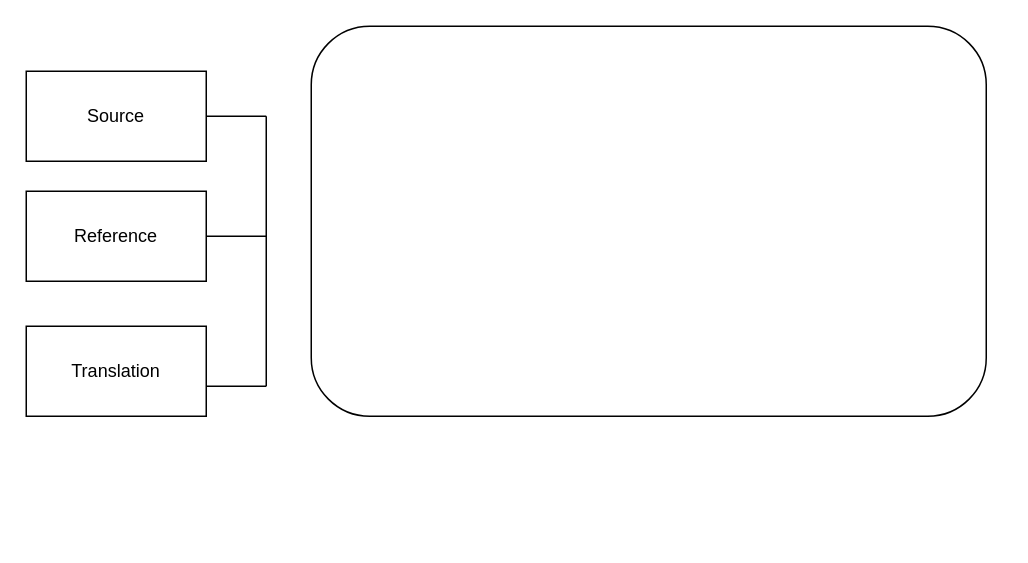
Above: mt eval.drawio in babangain/drawio (draw.io), before the change. Source tidied: cells renumbered, new cells numbered last; positions are measured from the earlier drawing's top-left corner, leaving out a move shared by most shapes. Both pictures are drawn from the tidied source at 150%, with x=0, y=0 at pixel (26, 26).
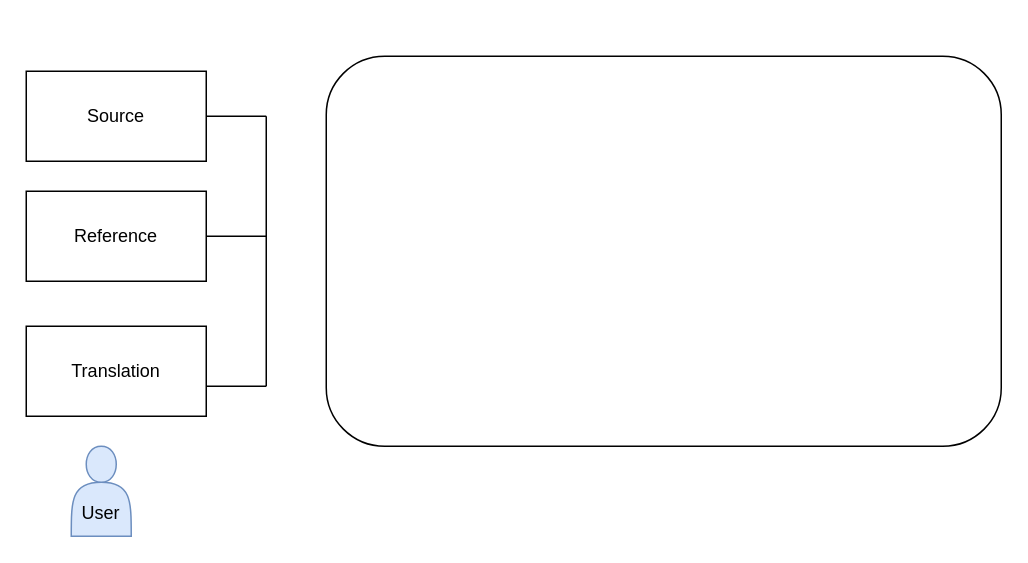
After the change.

The edit, as a diff of the source:
```diff
@@
 <mxGraphModel>
   <root>
     <mxCell id="0" />
     <mxCell id="1" parent="0" />
     <mxCell id="2" style="rounded=1;whiteSpace=wrap;html=1;" parent="1" vertex="1">
-      <mxGeometry x="190" width="450" height="260" as="geometry" />
+      <mxGeometry x="200" y="20" width="450" height="260" as="geometry" />
     </mxCell>
     <mxCell id="3" value="Source" style="rounded=0;whiteSpace=wrap;html=1;" parent="1" vertex="1">
       <mxGeometry y="30" width="120" height="60" as="geometry" />
     </mxCell>
     <mxCell id="4" value="Reference" style="rounded=0;whiteSpace=wrap;html=1;" parent="1" vertex="1">
       <mxGeometry y="110" width="120" height="60" as="geometry" />
     </mxCell>
     <mxCell id="5" value="Translation" style="rounded=0;whiteSpace=wrap;html=1;" parent="1" vertex="1">
       <mxGeometry y="200" width="120" height="60" as="geometry" />
     </mxCell>
     <mxCell id="6" style="endArrow=none;html=1;rounded=0;" parent="1" edge="1">
       <mxGeometry relative="1" as="geometry">
         <mxPoint x="160" y="240" as="sourcePoint" />
         <mxPoint x="160" y="60" as="targetPoint" />
       </mxGeometry>
     </mxCell>
     <mxCell id="7" style="endArrow=none;html=1;rounded=0;entryX=1;entryY=0.5;entryDx=0;entryDy=0;" parent="1" edge="1" target="3">
       <mxGeometry relative="1" as="geometry">
         <mxPoint x="160" y="60" as="sourcePoint" />
       </mxGeometry>
     </mxCell>
     <mxCell id="8" style="endArrow=none;html=1;rounded=0;entryX=1;entryY=0.5;entryDx=0;entryDy=0;" parent="1" edge="1" target="4">
       <mxGeometry relative="1" as="geometry">
         <mxPoint x="160" y="140" as="sourcePoint" />
       </mxGeometry>
     </mxCell>
     <mxCell id="9" style="endArrow=none;html=1;rounded=0;" parent="1" edge="1">
       <mxGeometry relative="1" as="geometry">
         <mxPoint x="120" y="240" as="sourcePoint" />
         <mxPoint x="160" y="240" as="targetPoint" />
       </mxGeometry>
     </mxCell>
+    <mxCell id="10" value="&lt;br&gt;&lt;br&gt;User" style="shape=actor;whiteSpace=wrap;html=1;fillColor=#dae8fc;strokeColor=#6c8ebf;" parent="1" vertex="1">
+      <mxGeometry x="30" y="280" width="40" height="60" as="geometry" />
+    </mxCell>
   </root>
 </mxGraphModel>
```
